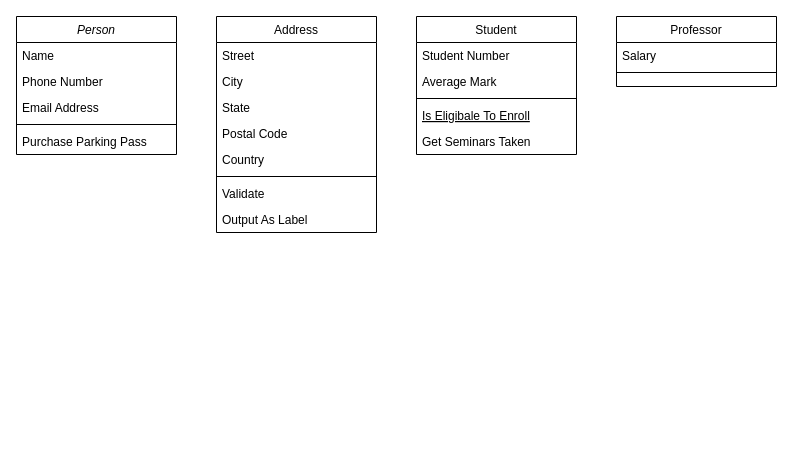
Before: b2bdb.drawio in hyperhunt/arch, a draw.io diagram. Source tidied: cells renumbered, new cells numbered last; positions are measured from the earlier drawing's top-left corner, leaving out a move shared by most shapes. Both pictures are drawn from the tidied source at 100%, with x=0, y=0 at pixel (16, 16).
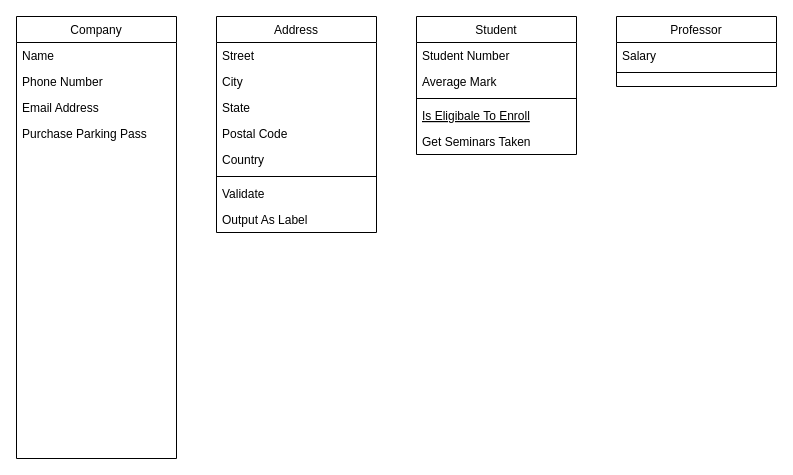
Above is the later version.

What changed in the source:
```diff
@@
-    <mxCell id="2" value="Person" style="swimlane;fontStyle=2;align=center;verticalAlign=top;horizontal=1;startSize=26;rounded=0;shadow=0;strokeWidth=1;" parent="1" vertex="1">
-      <mxGeometry width="160" height="138" as="geometry" />
+    <mxCell id="2" value="Company" style="swimlane;fontStyle=0;align=center;verticalAlign=top;horizontal=1;startSize=26;rounded=0;shadow=0;strokeWidth=1;" parent="1" vertex="1">
+      <mxGeometry width="160" height="442" as="geometry" />
     </mxCell>
@@
-    <mxCell id="6" style="line;html=1;strokeWidth=1;align=left;verticalAlign=middle;spacingTop=-1;spacingLeft=3;spacingRight=3;labelPosition=right;" parent="2" vertex="1">
-      <mxGeometry y="104" width="160" height="8" as="geometry" />
-    </mxCell>
     <mxCell id="7" value="Purchase Parking Pass" style="text;align=left;verticalAlign=top;spacingLeft=4;spacingRight=4;overflow=hidden;" parent="2" vertex="1">
-      <mxGeometry y="112" width="160" height="26" as="geometry" />
+      <mxGeometry y="104" width="160" height="36" as="geometry" />
     </mxCell>
```
